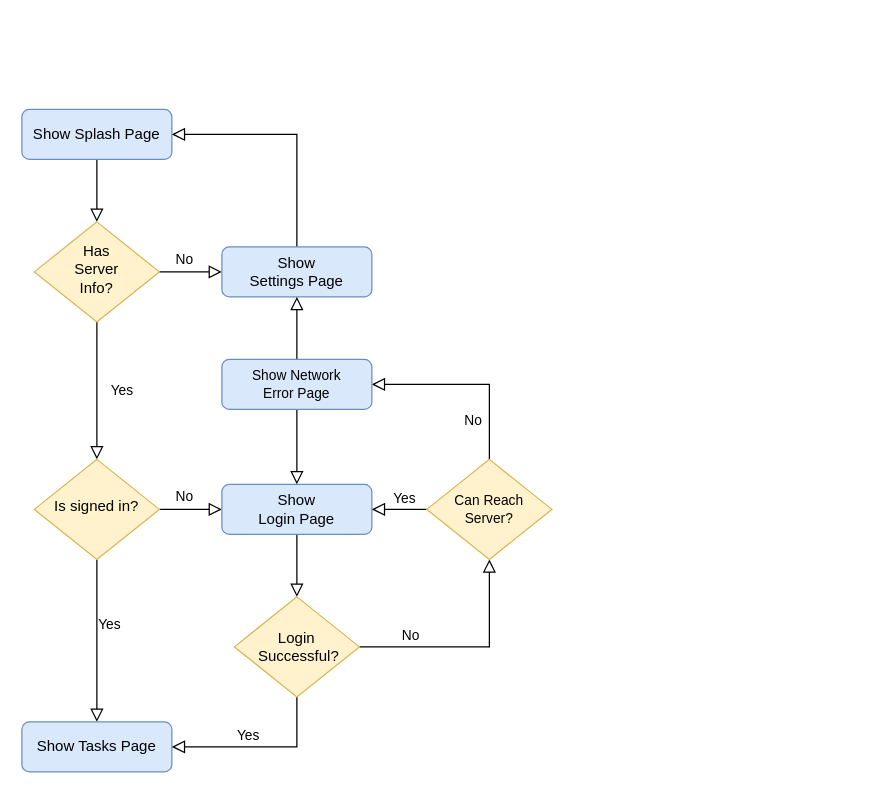
Before: diagrams/abc_inventory_app.drawio in abcsoftware/abc-docs, a draw.io diagram. Source tidied: cells renumbered, new cells numbered last; positions are measured from the earlier drawing's top-left corner, leaving out a move shared by most shapes. Both pictures are drawn from the tidied source at 125%, with x=0, y=0 at pixel (21, 109).
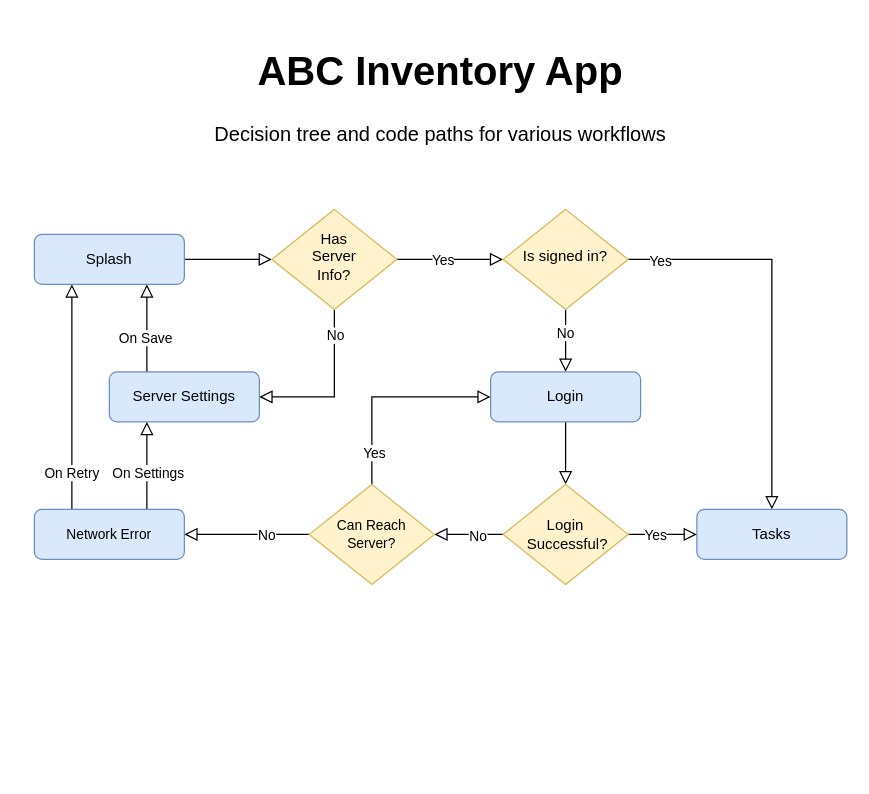
After the change.

Commit message:
switch to horizontal then vertical flow

The edit, as a diff of the source:
```diff
@@
-    <mxCell id="3" value="Show Splash Page" style="rounded=1;whiteSpace=wrap;html=1;fontSize=12;glass=0;strokeWidth=1;shadow=0;fillColor=#dae8fc;strokeColor=#6c8ebf;" parent="1" vertex="1">
-      <mxGeometry width="120" height="40" as="geometry" />
+    <mxCell id="3" value="Splash" style="rounded=1;whiteSpace=wrap;html=1;fontSize=12;glass=0;strokeWidth=1;shadow=0;fillColor=#dae8fc;strokeColor=#6c8ebf;" parent="1" vertex="1">
+      <mxGeometry x="10" y="100" width="120" height="40" as="geometry" />
     </mxCell>
+    <mxCell id="5" style="edgeStyle=orthogonalEdgeStyle;shape=connector;rounded=0;jettySize=auto;html=1;exitX=0.5;exitY=1;exitDx=0;exitDy=0;shadow=0;labelBackgroundColor=none;strokeColor=default;strokeWidth=1;fontFamily=Helvetica;fontSize=11;fontColor=default;endArrow=block;endFill=0;endSize=8;entryX=1;entryY=0.5;entryDx=0;entryDy=0;" parent="1" edge="1" source="6" target="8">
+      <mxGeometry relative="1" as="geometry" />
+    </mxCell>
+    <mxCell id="28" value="No" style="edgeLabel;html=1;align=center;verticalAlign=middle;fontSize=11;fontFamily=Helvetica;fontColor=default;" parent="5" vertex="1">
+      <mxGeometry x="-0.26" y="-1" relative="1" as="geometry">
+        <mxPoint x="1" y="-28" as="offset" />
+      </mxGeometry>
+    </mxCell>
-    <mxCell id="4" value="Yes" style="rounded=0;html=1;jettySize=auto;fontSize=11;endArrow=block;endFill=0;endSize=8;strokeWidth=1;shadow=0;labelBackgroundColor=none;edgeStyle=orthogonalEdgeStyle;" parent="1" edge="1" source="6" target="11">
-      <mxGeometry y="20" relative="1" as="geometry" />
+    <mxCell id="4" style="edgeStyle=orthogonalEdgeStyle;shape=connector;rounded=0;jettySize=auto;html=1;shadow=0;labelBackgroundColor=none;strokeColor=default;strokeWidth=1;fontFamily=Helvetica;fontSize=11;fontColor=default;endArrow=block;endFill=0;endSize=8;" parent="1" edge="1" source="6" target="11">
+      <mxGeometry relative="1" as="geometry" />
     </mxCell>
-    <mxCell id="5" value="No" style="edgeStyle=orthogonalEdgeStyle;rounded=0;html=1;jettySize=auto;fontSize=11;endArrow=block;endFill=0;endSize=8;strokeWidth=1;shadow=0;labelBackgroundColor=none;" parent="1" edge="1" source="6" target="8">
-      <mxGeometry x="-0.2" y="10" relative="1" as="geometry" />
-    </mxCell>
+    <mxCell id="29" value="Yes" style="edgeLabel;html=1;align=center;verticalAlign=middle;fontSize=11;fontFamily=Helvetica;fontColor=default;" parent="4" vertex="1">
+      <mxGeometry x="-0.15" relative="1" as="geometry" />
+    </mxCell>
     <mxCell id="6" value="Has &lt;br&gt;Server&lt;br&gt;Info?" style="rhombus;whiteSpace=wrap;html=1;shadow=0;fontFamily=Helvetica;fontSize=12;align=center;strokeWidth=1;spacing=6;spacingTop=-4;fillColor=#fff2cc;strokeColor=#d6b656;" parent="1" vertex="1">
-      <mxGeometry x="10" y="90" width="100" height="80" as="geometry" />
+      <mxGeometry x="200" y="80" width="100" height="80" as="geometry" />
     </mxCell>
-    <mxCell id="7" style="edgeStyle=orthogonalEdgeStyle;shape=connector;rounded=0;jettySize=auto;html=1;exitX=0.5;exitY=0;exitDx=0;exitDy=0;entryX=1;entryY=0.5;entryDx=0;entryDy=0;shadow=0;labelBackgroundColor=none;strokeColor=default;strokeWidth=1;fontFamily=Helvetica;fontSize=11;fontColor=default;endArrow=block;endFill=0;endSize=8;" parent="1" edge="1" source="8" target="3">
+    <mxCell id="7" style="edgeStyle=orthogonalEdgeStyle;shape=connector;rounded=0;jettySize=auto;html=1;shadow=0;labelBackgroundColor=none;strokeColor=default;strokeWidth=1;fontFamily=Helvetica;fontSize=11;fontColor=default;endArrow=block;endFill=0;endSize=8;entryX=0.75;entryY=1;entryDx=0;entryDy=0;exitX=0.25;exitY=0;exitDx=0;exitDy=0;" parent="1" edge="1" source="8" target="3">
       <mxGeometry relative="1" as="geometry" />
     </mxCell>
+    <mxCell id="30" value="On Save" style="edgeLabel;html=1;align=center;verticalAlign=middle;fontSize=11;fontFamily=Helvetica;fontColor=default;" parent="7" vertex="1">
+      <mxGeometry x="-0.21" y="1" relative="1" as="geometry" />
+    </mxCell>
-    <mxCell id="8" value="Show &lt;br&gt;Settings Page" style="rounded=1;whiteSpace=wrap;html=1;fontSize=12;glass=0;strokeWidth=1;shadow=0;fillColor=#dae8fc;strokeColor=#6c8ebf;" parent="1" vertex="1">
-      <mxGeometry x="160" y="110" width="120" height="40" as="geometry" />
+    <mxCell id="8" value="Server Settings" style="rounded=1;whiteSpace=wrap;html=1;fontSize=12;glass=0;strokeWidth=1;shadow=0;fillColor=#dae8fc;strokeColor=#6c8ebf;" parent="1" vertex="1">
+      <mxGeometry x="70" y="210" width="120" height="40" as="geometry" />
     </mxCell>
-    <mxCell id="9" value="No" style="rounded=0;html=1;jettySize=auto;fontSize=11;endArrow=block;endFill=0;endSize=8;strokeWidth=1;shadow=0;labelBackgroundColor=none;edgeStyle=orthogonalEdgeStyle;" parent="1" edge="1" source="11" target="13">
-      <mxGeometry x="-0.2" y="10" relative="1" as="geometry">
-        <Array as="points">
-          <mxPoint x="150" y="320" />
-          <mxPoint x="150" y="320" />
-        </Array>
-      </mxGeometry>
+    <mxCell id="9" style="edgeStyle=orthogonalEdgeStyle;shape=connector;rounded=0;jettySize=auto;html=1;shadow=0;labelBackgroundColor=none;strokeColor=default;strokeWidth=1;fontFamily=Helvetica;fontSize=11;fontColor=default;endArrow=block;endFill=0;endSize=8;" parent="1" edge="1" source="11" target="13">
+      <mxGeometry relative="1" as="geometry" />
     </mxCell>
+    <mxCell id="31" value="No" style="edgeLabel;html=1;align=center;verticalAlign=middle;fontSize=11;fontFamily=Helvetica;fontColor=default;" parent="9" vertex="1">
+      <mxGeometry x="-0.29" y="-1" relative="1" as="geometry" />
+    </mxCell>
-    <mxCell id="10" value="Yes" style="edgeStyle=orthogonalEdgeStyle;rounded=0;html=1;jettySize=auto;fontSize=11;endArrow=block;endFill=0;endSize=8;strokeWidth=1;shadow=0;labelBackgroundColor=none;comic=0;" parent="1" edge="1" source="11" target="14">
-      <mxGeometry x="-0.2" y="10" relative="1" as="geometry" />
+    <mxCell id="10" style="edgeStyle=orthogonalEdgeStyle;shape=connector;rounded=0;jettySize=auto;html=1;exitX=1;exitY=0.5;exitDx=0;exitDy=0;entryX=0.5;entryY=0;entryDx=0;entryDy=0;shadow=0;labelBackgroundColor=none;strokeColor=default;strokeWidth=1;fontFamily=Helvetica;fontSize=11;fontColor=default;endArrow=block;endFill=0;endSize=8;" parent="1" edge="1" source="11" target="14">
+      <mxGeometry relative="1" as="geometry" />
     </mxCell>
+    <mxCell id="32" value="Yes" style="edgeLabel;html=1;align=center;verticalAlign=middle;fontSize=11;fontFamily=Helvetica;fontColor=default;" parent="10" vertex="1">
+      <mxGeometry x="-0.84" y="-1" relative="1" as="geometry" />
+    </mxCell>
     <mxCell id="11" value="Is signed in?" style="rhombus;whiteSpace=wrap;html=1;shadow=0;fontFamily=Helvetica;fontSize=12;align=center;strokeWidth=1;spacing=6;spacingTop=-4;fillColor=#fff2cc;strokeColor=#d6b656;" parent="1" vertex="1">
-      <mxGeometry x="10" y="280" width="100" height="80" as="geometry" />
+      <mxGeometry x="385" y="80" width="100" height="80" as="geometry" />
     </mxCell>
-    <mxCell id="12" style="edgeStyle=orthogonalEdgeStyle;shape=connector;rounded=0;jettySize=auto;html=1;exitX=0.5;exitY=1;exitDx=0;exitDy=0;shadow=0;labelBackgroundColor=none;strokeColor=default;strokeWidth=1;fontFamily=Helvetica;fontSize=11;fontColor=default;endArrow=block;endFill=0;endSize=8;entryX=0.5;entryY=0;entryDx=0;entryDy=0;entryPerimeter=0;" parent="1" edge="1" source="13" target="19">
+    <mxCell id="12" style="edgeStyle=orthogonalEdgeStyle;shape=connector;rounded=0;jettySize=auto;html=1;exitX=0.5;exitY=1;exitDx=0;exitDy=0;shadow=0;labelBackgroundColor=none;strokeColor=default;strokeWidth=1;fontFamily=Helvetica;fontSize=11;fontColor=default;endArrow=block;endFill=0;endSize=8;" parent="1" edge="1" source="13" target="19">
       <mxGeometry relative="1" as="geometry" />
     </mxCell>
-    <mxCell id="13" value="Show&lt;br&gt;Login Page" style="rounded=1;whiteSpace=wrap;html=1;fontSize=12;glass=0;strokeWidth=1;shadow=0;fillColor=#dae8fc;strokeColor=#6c8ebf;" parent="1" vertex="1">
-      <mxGeometry x="160" y="300" width="120" height="40" as="geometry" />
+    <mxCell id="13" value="Login" style="rounded=1;whiteSpace=wrap;html=1;fontSize=12;glass=0;strokeWidth=1;shadow=0;fillColor=#dae8fc;strokeColor=#6c8ebf;" parent="1" vertex="1">
+      <mxGeometry x="375" y="210" width="120" height="40" as="geometry" />
     </mxCell>
-    <mxCell id="14" value="Show Tasks Page" style="rounded=1;whiteSpace=wrap;html=1;fontSize=12;glass=0;strokeWidth=1;shadow=0;fillColor=#dae8fc;strokeColor=#6c8ebf;" parent="1" vertex="1">
-      <mxGeometry y="490" width="120" height="40" as="geometry" />
+    <mxCell id="14" value="Tasks" style="rounded=1;whiteSpace=wrap;html=1;fontSize=12;glass=0;strokeWidth=1;shadow=0;fillColor=#dae8fc;strokeColor=#6c8ebf;" parent="1" vertex="1">
+      <mxGeometry x="540" y="320" width="120" height="40" as="geometry" />
     </mxCell>
-    <mxCell id="15" style="edgeStyle=orthogonalEdgeStyle;shape=connector;rounded=0;jettySize=auto;html=1;exitX=0.5;exitY=1;exitDx=0;exitDy=0;exitPerimeter=0;entryX=1;entryY=0.5;entryDx=0;entryDy=0;shadow=0;labelBackgroundColor=none;strokeColor=default;strokeWidth=1;fontFamily=Helvetica;fontSize=11;fontColor=default;endArrow=block;endFill=0;endSize=8;" parent="1" edge="1" source="19" target="14">
+    <mxCell id="15" style="edgeStyle=orthogonalEdgeStyle;shape=connector;rounded=0;jettySize=auto;html=1;exitX=1;exitY=0.5;exitDx=0;exitDy=0;exitPerimeter=0;shadow=0;labelBackgroundColor=none;strokeColor=default;strokeWidth=1;fontFamily=Helvetica;fontSize=11;fontColor=default;endArrow=block;endFill=0;endSize=8;" parent="1" edge="1" source="19" target="14">
       <mxGeometry relative="1" as="geometry" />
     </mxCell>
-    <mxCell id="16" value="Yes" style="edgeLabel;html=1;align=center;verticalAlign=middle;fontSize=11;fontFamily=Helvetica;fontColor=default;" parent="15" vertex="1">
-      <mxGeometry x="0.05" y="1" relative="1" as="geometry">
-        <mxPoint x="-6" y="-11" as="offset" />
-      </mxGeometry>
-    </mxCell>
+    <mxCell id="33" value="Yes" style="edgeLabel;html=1;align=center;verticalAlign=middle;fontSize=11;fontFamily=Helvetica;fontColor=default;" parent="15" vertex="1">
+      <mxGeometry x="-0.24" relative="1" as="geometry" />
+    </mxCell>
-    <mxCell id="17" style="edgeStyle=orthogonalEdgeStyle;shape=connector;rounded=0;jettySize=auto;html=1;exitX=1;exitY=0.5;exitDx=0;exitDy=0;exitPerimeter=0;entryX=0.5;entryY=1;entryDx=0;entryDy=0;shadow=0;labelBackgroundColor=none;strokeColor=default;strokeWidth=1;fontFamily=Helvetica;fontSize=11;fontColor=default;endArrow=block;endFill=0;endSize=8;entryPerimeter=0;" parent="1" edge="1" source="19" target="24">
+    <mxCell id="17" style="edgeStyle=orthogonalEdgeStyle;shape=connector;rounded=0;jettySize=auto;html=1;exitX=0;exitY=0.5;exitDx=0;exitDy=0;exitPerimeter=0;entryX=1;entryY=0.5;entryDx=0;entryDy=0;entryPerimeter=0;shadow=0;labelBackgroundColor=none;strokeColor=default;strokeWidth=1;fontFamily=Helvetica;fontSize=11;fontColor=default;endArrow=block;endFill=0;endSize=8;" parent="1" edge="1" source="19" target="24">
       <mxGeometry relative="1" as="geometry" />
     </mxCell>
-    <mxCell id="18" value="No" style="edgeLabel;html=1;align=center;verticalAlign=middle;fontSize=11;fontFamily=Helvetica;fontColor=default;" parent="17" vertex="1">
-      <mxGeometry x="-0.35" y="-1" relative="1" as="geometry">
-        <mxPoint x="-17" y="-11" as="offset" />
-      </mxGeometry>
-    </mxCell>
+    <mxCell id="34" value="No" style="edgeLabel;html=1;align=center;verticalAlign=middle;fontSize=11;fontFamily=Helvetica;fontColor=default;" parent="17" vertex="1">
+      <mxGeometry x="-0.24" y="1" relative="1" as="geometry" />
+    </mxCell>
     <mxCell id="19" value="Login&lt;br&gt;&amp;nbsp;Successful?" style="strokeWidth=1;html=1;shape=mxgraph.flowchart.decision;whiteSpace=wrap;fillColor=#fff2cc;strokeColor=#d6b656;" parent="1" vertex="1">
-      <mxGeometry x="170" y="390" width="100" height="80" as="geometry" />
+      <mxGeometry x="385" y="300" width="100" height="80" as="geometry" />
     </mxCell>
-    <mxCell id="20" style="edgeStyle=orthogonalEdgeStyle;shape=connector;rounded=0;jettySize=auto;html=1;exitX=0;exitY=0.5;exitDx=0;exitDy=0;exitPerimeter=0;entryX=1;entryY=0.5;entryDx=0;entryDy=0;shadow=0;labelBackgroundColor=none;strokeColor=default;strokeWidth=1;fontFamily=Helvetica;fontSize=11;fontColor=default;endArrow=block;endFill=0;endSize=8;" parent="1" edge="1" source="24" target="13">
+    <mxCell id="20" style="edgeStyle=orthogonalEdgeStyle;shape=connector;rounded=0;jettySize=auto;html=1;exitX=0.5;exitY=0;exitDx=0;exitDy=0;exitPerimeter=0;entryX=0;entryY=0.5;entryDx=0;entryDy=0;shadow=0;labelBackgroundColor=none;strokeColor=default;strokeWidth=1;fontFamily=Helvetica;fontSize=11;fontColor=default;endArrow=block;endFill=0;endSize=8;" parent="1" edge="1" source="24" target="13">
       <mxGeometry relative="1" as="geometry" />
     </mxCell>
-    <mxCell id="21" value="Yes" style="edgeLabel;html=1;align=center;verticalAlign=middle;fontSize=11;fontFamily=Helvetica;fontColor=default;" parent="20" vertex="1">
-      <mxGeometry x="-0.72" y="1" relative="1" as="geometry">
-        <mxPoint x="-13" y="-11" as="offset" />
-      </mxGeometry>
-    </mxCell>
+    <mxCell id="35" value="Yes" style="edgeLabel;html=1;align=center;verticalAlign=middle;fontSize=11;fontFamily=Helvetica;fontColor=default;" parent="20" vertex="1">
+      <mxGeometry x="-0.69" y="-1" relative="1" as="geometry" />
+    </mxCell>
-    <mxCell id="22" style="edgeStyle=orthogonalEdgeStyle;shape=connector;rounded=0;jettySize=auto;html=1;exitX=0.5;exitY=0;exitDx=0;exitDy=0;exitPerimeter=0;shadow=0;labelBackgroundColor=none;strokeColor=default;strokeWidth=1;fontFamily=Helvetica;fontSize=11;fontColor=default;endArrow=block;endFill=0;endSize=8;entryX=1;entryY=0.5;entryDx=0;entryDy=0;" parent="1" edge="1" source="24" target="27">
+    <mxCell id="22" style="edgeStyle=orthogonalEdgeStyle;shape=connector;rounded=0;jettySize=auto;html=1;exitX=0;exitY=0.5;exitDx=0;exitDy=0;exitPerimeter=0;entryX=1;entryY=0.5;entryDx=0;entryDy=0;shadow=0;labelBackgroundColor=none;strokeColor=default;strokeWidth=1;fontFamily=Helvetica;fontSize=11;fontColor=default;endArrow=block;endFill=0;endSize=8;" parent="1" edge="1" source="24" target="27">
       <mxGeometry relative="1" as="geometry" />
     </mxCell>
-    <mxCell id="23" value="No" style="edgeLabel;html=1;align=center;verticalAlign=middle;fontSize=11;fontFamily=Helvetica;fontColor=default;" parent="22" vertex="1">
-      <mxGeometry x="-0.59" y="1" relative="1" as="geometry">
-        <mxPoint x="-13" as="offset" />
-      </mxGeometry>
-    </mxCell>
+    <mxCell id="36" value="No" style="edgeLabel;html=1;align=center;verticalAlign=middle;fontSize=11;fontFamily=Helvetica;fontColor=default;" parent="22" vertex="1">
+      <mxGeometry x="-0.3" relative="1" as="geometry" />
+    </mxCell>
     <mxCell id="24" value="Can Reach&lt;br&gt;Server?" style="strokeWidth=1;html=1;shape=mxgraph.flowchart.decision;whiteSpace=wrap;fontFamily=Helvetica;fontSize=11;fillColor=#fff2cc;strokeColor=#d6b656;" parent="1" vertex="1">
-      <mxGeometry x="324" y="280" width="100" height="80" as="geometry" />
+      <mxGeometry x="230" y="300" width="100" height="80" as="geometry" />
     </mxCell>
-    <mxCell id="25" style="edgeStyle=orthogonalEdgeStyle;shape=connector;rounded=0;jettySize=auto;html=1;exitX=0.5;exitY=0;exitDx=0;exitDy=0;entryX=0.5;entryY=1;entryDx=0;entryDy=0;shadow=0;labelBackgroundColor=none;strokeColor=default;strokeWidth=1;fontFamily=Helvetica;fontSize=11;fontColor=default;endArrow=block;endFill=0;endSize=8;" parent="1" edge="1" source="27" target="8">
+    <mxCell id="25" style="edgeStyle=orthogonalEdgeStyle;shape=connector;rounded=0;jettySize=auto;html=1;shadow=0;labelBackgroundColor=none;strokeColor=default;strokeWidth=1;fontFamily=Helvetica;fontSize=11;fontColor=default;endArrow=block;endFill=0;endSize=8;exitX=0.75;exitY=0;exitDx=0;exitDy=0;entryX=0.25;entryY=1;entryDx=0;entryDy=0;" parent="1" edge="1" source="27" target="8">
       <mxGeometry relative="1" as="geometry" />
     </mxCell>
-    <mxCell id="26" style="edgeStyle=orthogonalEdgeStyle;shape=connector;rounded=0;jettySize=auto;html=1;exitX=0.5;exitY=1;exitDx=0;exitDy=0;entryX=0.5;entryY=0;entryDx=0;entryDy=0;shadow=0;labelBackgroundColor=none;strokeColor=default;strokeWidth=1;fontFamily=Helvetica;fontSize=11;fontColor=default;endArrow=block;endFill=0;endSize=8;" parent="1" edge="1" source="27" target="13">
-      <mxGeometry relative="1" as="geometry" />
-    </mxCell>
+    <mxCell id="37" value="On Settings" style="edgeLabel;html=1;align=center;verticalAlign=middle;fontSize=11;fontFamily=Helvetica;fontColor=default;" parent="25" vertex="1">
+      <mxGeometry x="-0.23" relative="1" as="geometry">
+        <mxPoint y="-3" as="offset" />
+      </mxGeometry>
+    </mxCell>
+    <mxCell id="38" style="edgeStyle=orthogonalEdgeStyle;shape=connector;rounded=0;jettySize=auto;html=1;exitX=0.25;exitY=0;exitDx=0;exitDy=0;entryX=0.25;entryY=1;entryDx=0;entryDy=0;shadow=0;labelBackgroundColor=none;strokeColor=default;strokeWidth=1;fontFamily=Helvetica;fontSize=11;fontColor=default;endArrow=block;endFill=0;endSize=8;" parent="1" edge="1" source="27" target="3">
+      <mxGeometry relative="1" as="geometry" />
+    </mxCell>
+    <mxCell id="39" value="On Retry" style="edgeLabel;html=1;align=center;verticalAlign=middle;fontSize=11;fontFamily=Helvetica;fontColor=default;" parent="38" vertex="1">
+      <mxGeometry x="-0.6" y="-1" relative="1" as="geometry">
+        <mxPoint x="-1" y="6" as="offset" />
+      </mxGeometry>
+    </mxCell>
-    <mxCell id="27" value="Show Network&lt;br&gt;Error Page" style="rounded=1;whiteSpace=wrap;html=1;fontFamily=Helvetica;fontSize=11;fillColor=#dae8fc;strokeColor=#6c8ebf;" parent="1" vertex="1">
-      <mxGeometry x="160" y="200" width="120" height="40" as="geometry" />
+    <mxCell id="27" value="Network Error" style="rounded=1;whiteSpace=wrap;html=1;fontFamily=Helvetica;fontSize=11;fillColor=#dae8fc;strokeColor=#6c8ebf;" parent="1" vertex="1">
+      <mxGeometry x="10" y="320" width="120" height="40" as="geometry" />
     </mxCell>
+    <mxCell id="40" value="&lt;h1 style=&quot;&quot;&gt;ABC Inventory App&lt;/h1&gt;&lt;p&gt;Decision tree and code paths for various workflows&lt;/p&gt;" style="text;html=1;strokeColor=none;fillColor=none;spacing=5;spacingTop=-20;whiteSpace=wrap;overflow=hidden;rounded=0;fontSize=16;align=center;" parent="1" vertex="1">
+      <mxGeometry x="70" y="-60" width="530" height="100" as="geometry" />
+    </mxCell>
```
